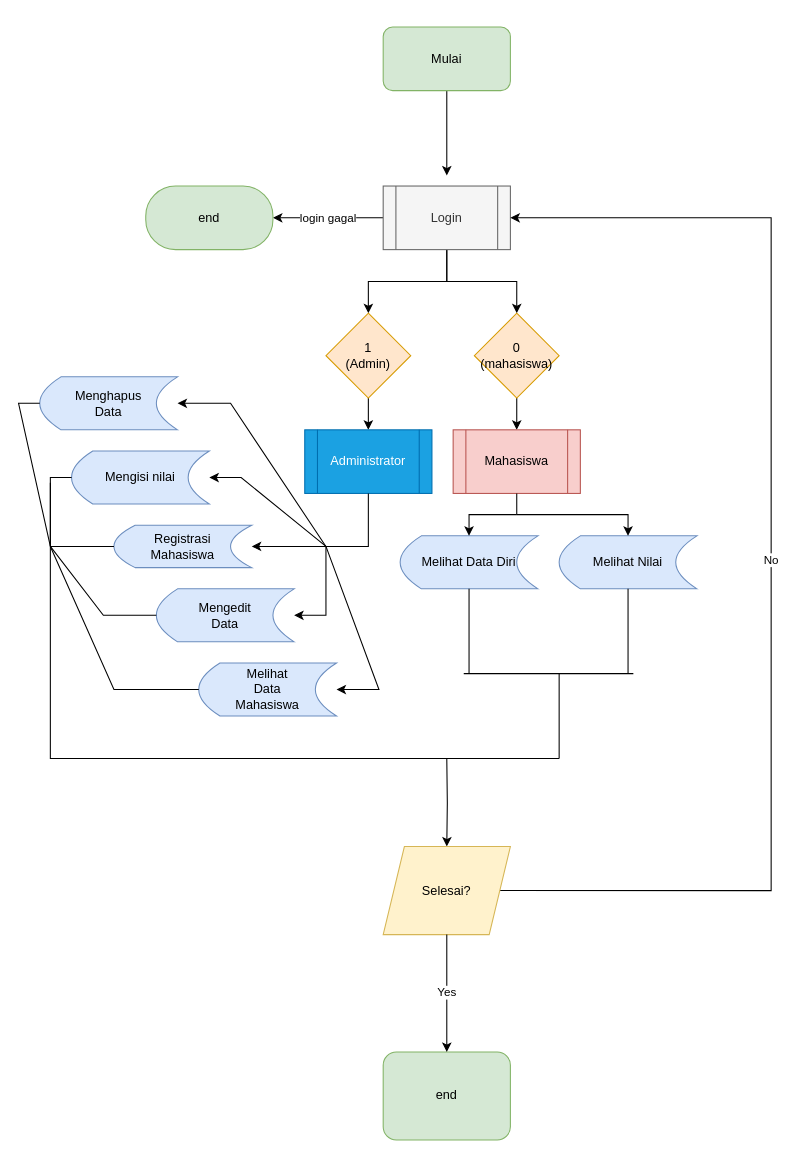
CettaMa/Kel_50 keeps this draw.io diagram as Aplikasi/Litman.drawio. Above is the earlier version. Source tidied: cells renumbered, new cells numbered last; positions are measured from the earlier drawing's top-left corner, leaving out a move shared by most shapes. Both pictures are drawn from the tidied source at 106%, with x=0, y=0 at pixel (18, 26). Pictures stored in the file or linked from it are replaced by grey dashed boxes.
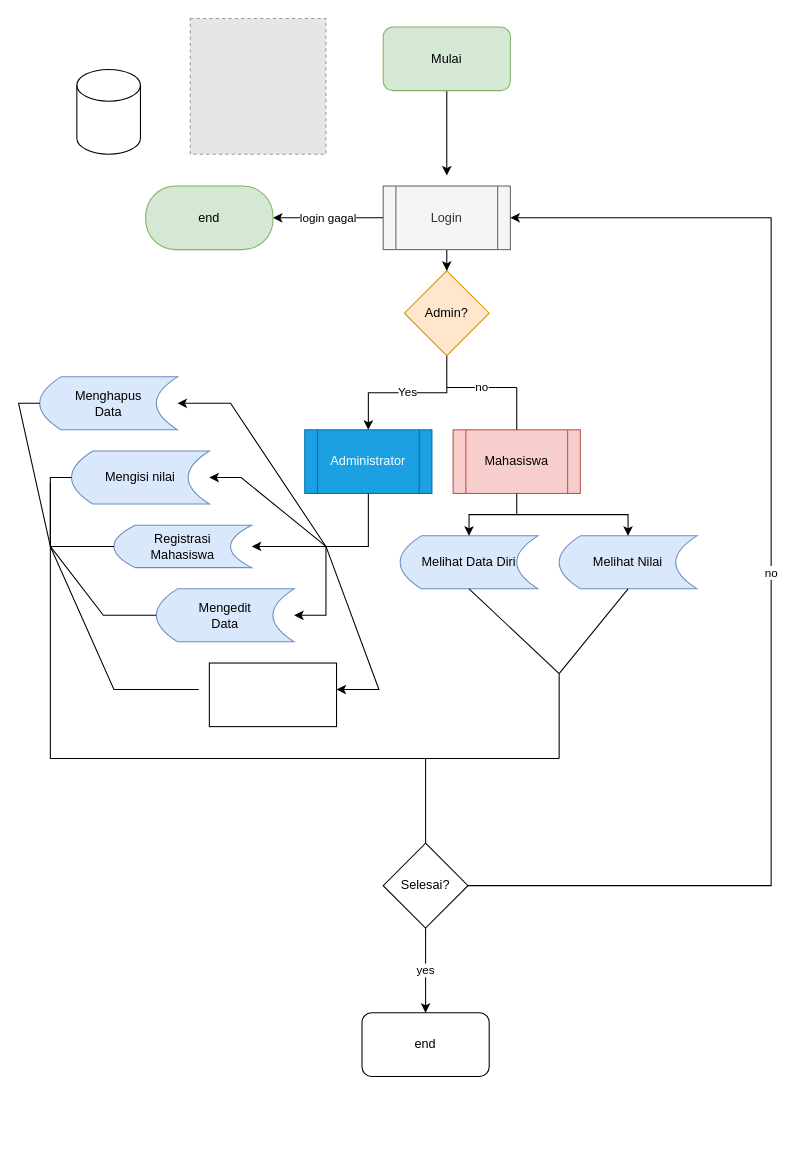
After the change.

The change refers to these unchanged cells:
```xml
<mxCell id="7" value="Login" style="shape=process;whiteSpace=wrap;html=1;backgroundOutline=1;fillColor=#f5f5f5;fontColor=#333333;strokeColor=#666666;" parent="1" vertex="1">
  <mxGeometry x="344" y="150" width="120" height="60" as="geometry" />
</mxCell>
<mxCell id="12" value="Administrator" style="shape=process;whiteSpace=wrap;html=1;backgroundOutline=1;fillColor=#1ba1e2;fontColor=#ffffff;strokeColor=#006EAF;" parent="1" vertex="1">
  <mxGeometry x="270" y="380" width="120" height="60" as="geometry" />
</mxCell>
<mxCell id="13" value="Mahasiswa" style="shape=process;whiteSpace=wrap;html=1;backgroundOutline=1;fillColor=#f8cecc;strokeColor=#b85450;" parent="1" vertex="1">
  <mxGeometry x="410" y="380" width="120" height="60" as="geometry" />
</mxCell>
<mxCell id="21" value="&lt;div align=&quot;left&quot;&gt;Melihat Nilai &lt;br&gt;&lt;/div&gt;" style="shape=dataStorage;whiteSpace=wrap;html=1;fixedSize=1;fillColor=#dae8fc;strokeColor=#6c8ebf;" parent="1" vertex="1">
  <mxGeometry x="510" y="480" width="130" height="50" as="geometry" />
</mxCell>
<mxCell id="24" value="&lt;div align=&quot;left&quot;&gt;Melihat Data Diri &lt;br&gt;&lt;/div&gt;" style="shape=dataStorage;whiteSpace=wrap;html=1;fixedSize=1;fillColor=#dae8fc;strokeColor=#6c8ebf;" parent="1" vertex="1">
  <mxGeometry x="360" y="480" width="130" height="50" as="geometry" />
</mxCell>
```

What changed in the source:
```diff
@@
-    <mxCell id="5" style="edgeStyle=orthogonalEdgeStyle;rounded=0;jettySize=auto;html=1;" parent="1" edge="1" source="7" target="11">
-      <mxGeometry relative="1" as="geometry" />
-    </mxCell>
@@
-    <mxCell id="8" style="edgeStyle=orthogonalEdgeStyle;rounded=0;jettySize=auto;html=1;" parent="1" edge="1" source="9" target="12">
+    <mxCell id="8" value="Yes" style="edgeStyle=orthogonalEdgeStyle;rounded=0;jettySize=auto;html=1;" parent="1" edge="1" source="9" target="12">
       <mxGeometry relative="1" as="geometry" />
     </mxCell>
-    <mxCell id="9" value="1&lt;br&gt;(Admin)" style="rhombus;whiteSpace=wrap;html=1;fillColor=#ffe6cc;strokeColor=#d79b00;" parent="1" vertex="1">
-      <mxGeometry x="290" y="270" width="80" height="80" as="geometry" />
+    <mxCell id="9" value="Admin?" style="rhombus;whiteSpace=wrap;html=1;fillColor=#ffe6cc;strokeColor=#d79b00;" parent="1" vertex="1">
+      <mxGeometry x="364" y="230" width="80" height="80" as="geometry" />
     </mxCell>
-    <mxCell id="10" style="edgeStyle=orthogonalEdgeStyle;rounded=0;jettySize=auto;html=1;" parent="1" edge="1" source="11" target="13">
-      <mxGeometry relative="1" as="geometry" />
-    </mxCell>
-    <mxCell id="11" value="0&lt;br&gt;(mahasiswa)" style="rhombus;whiteSpace=wrap;html=1;fillColor=#ffe6cc;strokeColor=#d79b00;" parent="1" vertex="1">
-      <mxGeometry x="430" y="270" width="80" height="80" as="geometry" />
-    </mxCell>
@@
-    <mxCell id="15" value="No" style="edgeStyle=orthogonalEdgeStyle;rounded=0;jettySize=auto;html=1;exitX=1;exitY=0.5;exitDx=0;exitDy=0;entryX=1;entryY=0.5;entryDx=0;entryDy=0;" parent="1" edge="1" source="18" target="7">
+    <mxCell id="15" value="no" style="edgeStyle=orthogonalEdgeStyle;rounded=0;jettySize=auto;html=1;exitX=1;exitY=0.5;exitDx=0;exitDy=0;entryX=1;entryY=0.5;entryDx=0;entryDy=0;" parent="1" edge="1" source="18" target="7">
       <mxGeometry relative="1" as="geometry">
         <Array as="points">
-          <mxPoint x="710" y="815" />
+          <mxPoint x="710" y="810" />
           <mxPoint x="710" y="180" />
         </Array>
       </mxGeometry>
     </mxCell>
-    <mxCell id="16" style="group;" parent="1" vertex="1">
-      <mxGeometry x="344" y="690" width="120" height="360" as="geometry" />
-    </mxCell>
-    <mxCell id="17" style="edgeStyle=orthogonalEdgeStyle;rounded=0;jettySize=auto;html=1;" parent="16" edge="1" target="18">
-      <mxGeometry relative="1" as="geometry">
-        <mxPoint x="60" as="sourcePoint" />
-      </mxGeometry>
-    </mxCell>
-    <mxCell id="18" value="Selesai?" style="shape=parallelogram;perimeter=parallelogramPerimeter;whiteSpace=wrap;html=1;fixedSize=1;fillColor=#fff2cc;strokeColor=#d6b656;" parent="16" vertex="1">
-      <mxGeometry y="83.1" width="120" height="83.1" as="geometry" />
-    </mxCell>
-    <mxCell id="19" value="end" style="rounded=1;whiteSpace=wrap;html=1;fillColor=#d5e8d4;strokeColor=#82b366;" parent="16" vertex="1">
-      <mxGeometry y="276.9" width="120" height="83.1" as="geometry" />
-    </mxCell>
-    <mxCell id="20" value="Yes" style="edgeStyle=orthogonalEdgeStyle;rounded=0;jettySize=auto;html=1;" parent="16" edge="1" source="18" target="19">
-      <mxGeometry relative="1" as="geometry" />
-    </mxCell>
@@
-    <mxCell id="27" value="&lt;div&gt;Melihat &lt;br&gt;&lt;/div&gt;&lt;div&gt;Data&lt;/div&gt;&lt;div&gt;Mahasiswa&lt;br&gt;&lt;/div&gt;" style="shape=dataStorage;whiteSpace=wrap;html=1;fixedSize=1;fillColor=#dae8fc;strokeColor=#6c8ebf;" parent="1" vertex="1">
-      <mxGeometry x="170" y="600" width="130" height="50" as="geometry" />
-    </mxCell>
@@
-    <mxCell id="32" style="endArrow=classic;html=1;rounded=0;entryX=1;entryY=0.5;entryDx=0;entryDy=0;" parent="1" edge="1" target="27">
+    <mxCell id="32" style="endArrow=classic;html=1;rounded=0;entryX=1;entryY=0.5;entryDx=0;entryDy=0;" parent="1" edge="1">
       <mxGeometry relative="1" as="geometry">
         <mxPoint x="290" y="490" as="sourcePoint" />
+        <mxPoint x="300" y="625" as="targetPoint" />
         <Array as="points">
           <mxPoint x="340" y="625" />
         </Array>
       </mxGeometry>
     </mxCell>
@@
-    <mxCell id="41" style="endArrow=none;html=1;rounded=0;entryX=0;entryY=0.5;entryDx=0;entryDy=0;" parent="1" edge="1" target="27">
+    <mxCell id="41" style="endArrow=none;html=1;rounded=0;entryX=0;entryY=0.5;entryDx=0;entryDy=0;" parent="1" edge="1">
       <mxGeometry relative="1" as="geometry">
         <mxPoint x="30" y="490" as="sourcePoint" />
+        <mxPoint x="170" y="625" as="targetPoint" />
         <Array as="points">
           <mxPoint x="90" y="625" />
         </Array>
       </mxGeometry>
     </mxCell>
     <mxCell id="42" style="endArrow=none;html=1;rounded=0;" parent="1" edge="1">
       <mxGeometry relative="1" as="geometry">
         <mxPoint x="30" y="430" as="sourcePoint" />
         <mxPoint x="510" y="690" as="targetPoint" />
         <Array as="points">
           <mxPoint x="30" y="690" />
-          <mxPoint x="400" y="690" />
+          <mxPoint x="390" y="690" />
         </Array>
       </mxGeometry>
     </mxCell>
-    <mxCell id="43" style="endArrow=none;html=1;rounded=0;entryX=0.5;entryY=1;entryDx=0;entryDy=0;" parent="1" edge="1" target="24">
-      <mxGeometry relative="1" as="geometry">
-        <mxPoint x="425" y="610" as="sourcePoint" />
-      </mxGeometry>
-    </mxCell>
     <mxCell id="44" style="endArrow=none;html=1;rounded=0;entryX=0.5;entryY=1;entryDx=0;entryDy=0;" parent="1" edge="1" target="21">
       <mxGeometry relative="1" as="geometry">
-        <mxPoint x="575" y="610" as="sourcePoint" />
+        <mxPoint x="510" y="610" as="sourcePoint" />
       </mxGeometry>
     </mxCell>
-    <mxCell id="45" style="endArrow=none;html=1;rounded=0;" parent="1" edge="1">
-      <mxGeometry relative="1" as="geometry">
-        <mxPoint x="580" y="610" as="sourcePoint" />
-        <mxPoint x="420" y="610" as="targetPoint" />
-      </mxGeometry>
-    </mxCell>
@@
+    <mxCell id="47" style="shape=cylinder3;whiteSpace=wrap;html=1;boundedLbl=1;backgroundOutline=1;size=15;" parent="1" vertex="1">
+      <mxGeometry x="55" y="40" width="60" height="80" as="geometry" />
+    </mxCell>
+    <mxCell id="48" style="fillColor=#E6E6E6;strokeColor=#999999;dashed=1;html=1;verticalAlign=top;verticalLabelPosition=bottom;labelBackgroundColor=#ffffff;" parent="1" vertex="1">
+      <mxGeometry x="162" y="-8" width="128" height="128" as="geometry" />
+    </mxCell>
+    <mxCell id="20" value="yes" style="edgeStyle=orthogonalEdgeStyle;rounded=0;jettySize=auto;html=1;" parent="1" edge="1" source="18" target="19">
+      <mxGeometry relative="1" as="geometry" />
+    </mxCell>
+    <mxCell id="18" value="Selesai?" style="rhombus;whiteSpace=wrap;html=1;" parent="1" vertex="1">
+      <mxGeometry x="344" y="770" width="80" height="80" as="geometry" />
+    </mxCell>
+    <mxCell id="49" style="endArrow=none;html=1;rounded=0;exitX=0.5;exitY=0;exitDx=0;exitDy=0;" parent="1" edge="1" source="18">
+      <mxGeometry relative="1" as="geometry">
+        <mxPoint x="384" y="690" as="targetPoint" />
+      </mxGeometry>
+    </mxCell>
+    <mxCell id="19" value="end" style="rounded=1;whiteSpace=wrap;html=1;" parent="1" vertex="1">
+      <mxGeometry x="324" y="930" width="120" height="60" as="geometry" />
+    </mxCell>
+    <mxCell id="50" style="endArrow=none;html=1;rounded=0;exitX=0.5;exitY=1;exitDx=0;exitDy=0;" parent="1" edge="1" source="24">
+      <mxGeometry relative="1" as="geometry">
+        <mxPoint x="510" y="610" as="targetPoint" />
+      </mxGeometry>
+    </mxCell>
+    <mxCell id="51" style="endArrow=none;html=1;rounded=0;entryX=0.5;entryY=0;entryDx=0;entryDy=0;" parent="1" edge="1" target="13">
+      <mxGeometry relative="1" as="geometry">
+        <mxPoint x="470" y="340" as="sourcePoint" />
+      </mxGeometry>
+    </mxCell>
+    <mxCell id="52" value="no" style="endArrow=none;html=1;rounded=0;" parent="1" edge="1">
+      <mxGeometry relative="1" as="geometry">
+        <mxPoint x="404" y="340" as="sourcePoint" />
+        <mxPoint x="470" y="340" as="targetPoint" />
+      </mxGeometry>
+    </mxCell>
+    <mxCell id="53" style="rounded=0;whiteSpace=wrap;html=1;" parent="1" vertex="1">
+      <mxGeometry x="180" y="600" width="120" height="60" as="geometry" />
+    </mxCell>
```
